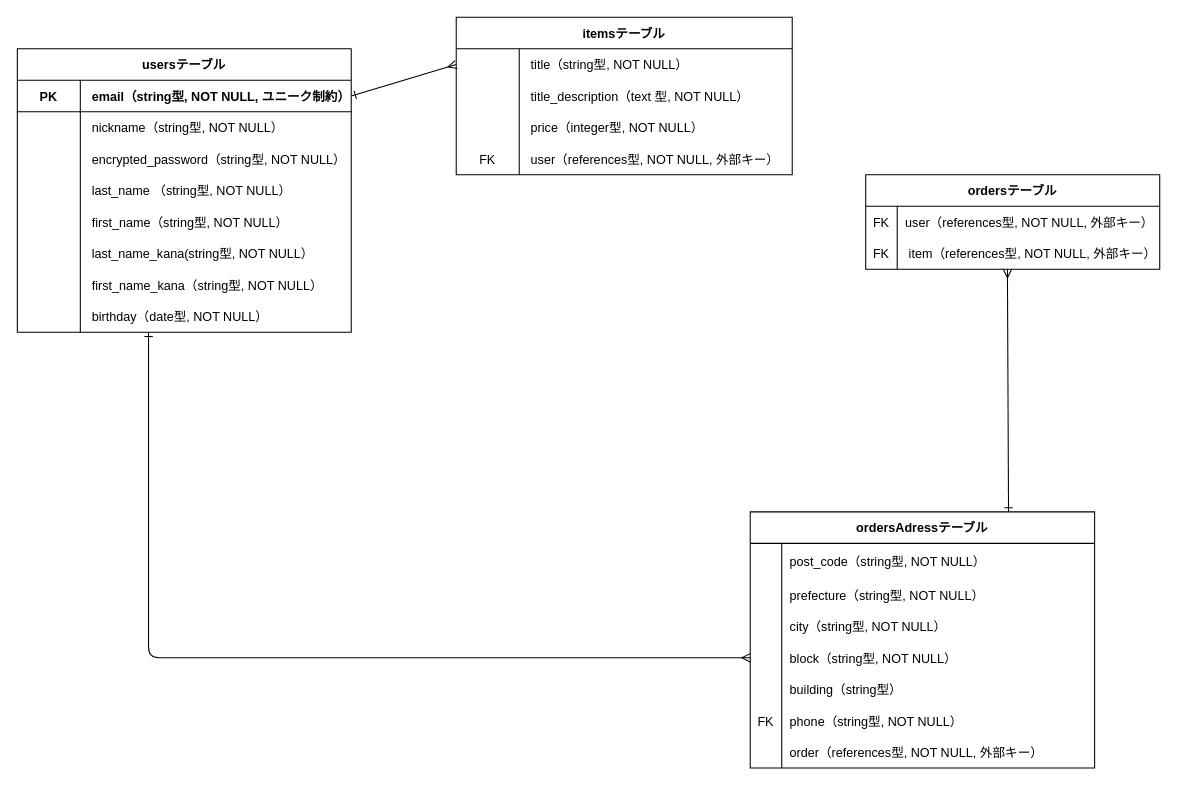
Earlier version of the draw.io diagram ER.dio (kiyo0522/furima-40252). Source tidied: cells renumbered, new cells numbered last; positions are measured from the earlier drawing's top-left corner, leaving out a move shared by most shapes. Both pictures are drawn from the tidied source at 105%, with x=0, y=0 at pixel (1, 17).
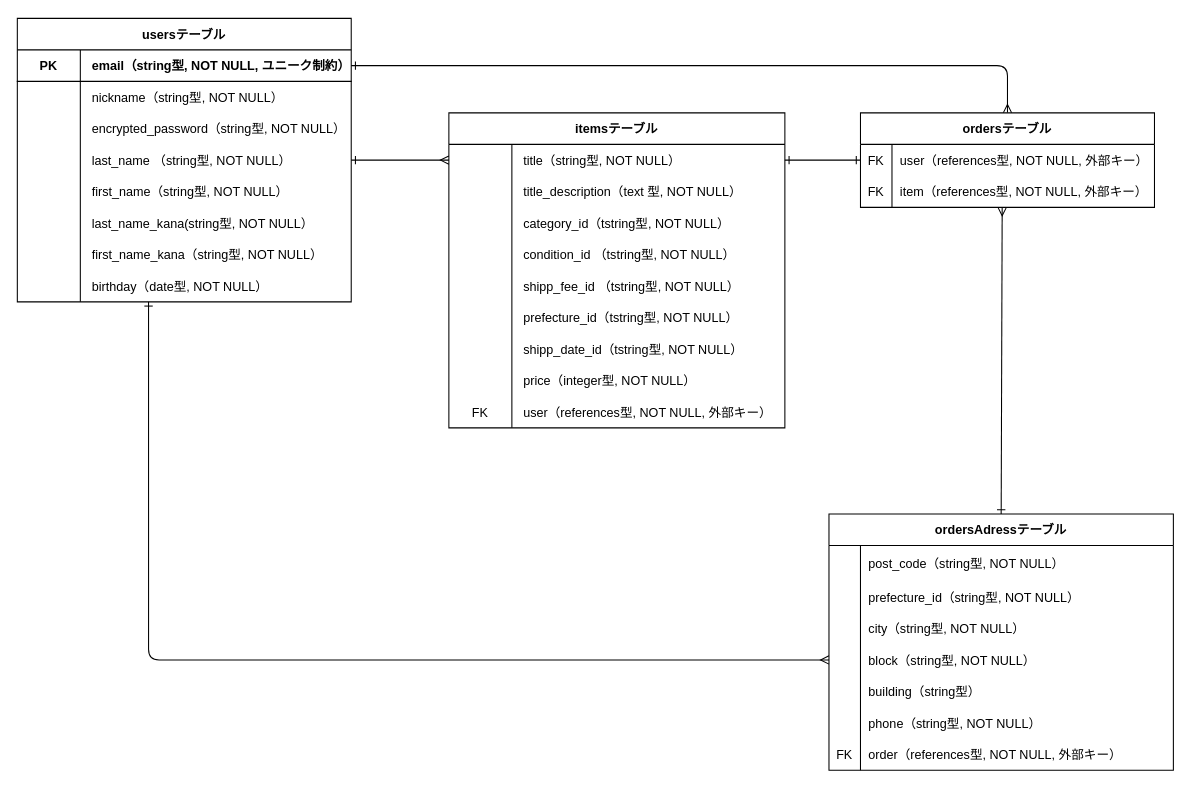
The same diagram, later.

Commit message (it also covers changes not shown here):
データベース設計の修正

Unchanged cells that the change refers to:
```xml
<mxCell id="5" style="shape=tableRow;horizontal=0;startSize=0;swimlaneHead=0;swimlaneBody=0;fillColor=none;points=[[0,0.5],[1,0.5]];portConstraint=eastwest;top=0;left=0;right=0;bottom=1;" parent="4" vertex="1">
  <mxGeometry y="30" width="318" height="30" as="geometry" />
</mxCell>
<mxCell id="14" style="shape=tableRow;horizontal=0;startSize=0;swimlaneHead=0;swimlaneBody=0;fillColor=none;points=[[0,0.5],[1,0.5]];portConstraint=eastwest;top=0;left=0;right=0;bottom=0;" parent="4" vertex="1">
  <mxGeometry y="120" width="318" height="30" as="geometry" />
</mxCell>
<mxCell id="30" style="shape=tableRow;horizontal=0;startSize=0;swimlaneHead=0;swimlaneBody=0;fillColor=none;points=[[0,0.5],[1,0.5]];portConstraint=eastwest;top=0;left=0;right=0;bottom=0;" parent="29" vertex="1">
  <mxGeometry y="30" width="320" height="30" as="geometry" />
</mxCell>
<mxCell id="45" style="shape=tableRow;horizontal=0;startSize=0;swimlaneHead=0;swimlaneBody=0;fillColor=none;points=[[0,0.5],[1,0.5]];portConstraint=eastwest;top=0;left=0;right=0;bottom=0;strokeColor=default;" parent="44" vertex="1">
  <mxGeometry y="30" width="280" height="30" as="geometry" />
</mxCell>
<mxCell id="48" style="shape=tableRow;horizontal=0;startSize=0;swimlaneHead=0;swimlaneBody=0;fillColor=none;points=[[0,0.5],[1,0.5]];portConstraint=eastwest;top=0;left=0;right=0;bottom=0;strokeColor=default;" parent="44" vertex="1">
  <mxGeometry y="60" width="280" height="30" as="geometry" />
</mxCell>
<mxCell id="55" style="shape=tableRow;horizontal=0;startSize=0;swimlaneHead=0;swimlaneBody=0;fillColor=none;top=0;left=0;right=0;bottom=0;strokeColor=default;" parent="51" vertex="1">
  <mxGeometry y="64" width="328" height="30" as="geometry" />
</mxCell>
<mxCell id="67" style="shape=tableRow;horizontal=0;startSize=0;swimlaneHead=0;swimlaneBody=0;fillColor=none;top=0;left=0;right=0;bottom=0;strokeColor=default;" parent="51" vertex="1">
  <mxGeometry y="184" width="328" height="30" as="geometry" />
</mxCell>
<mxCell id="70" style="shape=tableRow;horizontal=0;startSize=0;swimlaneHead=0;swimlaneBody=0;fillColor=none;top=0;left=0;right=0;bottom=0;" parent="51" vertex="1">
  <mxGeometry y="214" width="328" height="30" as="geometry" />
</mxCell>
```

The edit, as a diff of the source:
```diff
@@
+    <mxCell id="75" style="edgeStyle=orthogonalEdgeStyle;html=1;exitX=1;exitY=0.5;exitDx=0;exitDy=0;entryX=0.5;entryY=0;entryDx=0;entryDy=0;startArrow=ERone;startFill=0;endArrow=ERmany;endFill=0;" parent="1" edge="1" source="5" target="44">
+      <mxGeometry relative="1" as="geometry" />
+    </mxCell>
     <mxCell id="4" value="usersテーブル" style="shape=table;startSize=30;childLayout=tableLayout;rowLines=0;fontStyle=1;align=center;strokeColor=default;" parent="1" vertex="1">
-      <mxGeometry x="15" y="30" width="318" height="270" as="geometry" />
+      <mxGeometry x="15" y="1" width="318" height="270" as="geometry" />
     </mxCell>
@@
     <mxCell id="29" value="itemsテーブル" style="shape=table;startSize=30;childLayout=tableLayout;rowLines=0;fontStyle=1;align=center;strokeColor=default;" parent="1" vertex="1">
-      <mxGeometry x="433" width="320" height="150" as="geometry" />
+      <mxGeometry x="426" y="91" width="320" height="300" as="geometry" />
     </mxCell>
@@
+    <mxCell id="76" style="shape=tableRow;horizontal=0;startSize=0;swimlaneHead=0;swimlaneBody=0;fillColor=none;top=0;left=0;right=0;bottom=0;" parent="29" vertex="1">
+      <mxGeometry y="90" width="320" height="30" as="geometry" />
+    </mxCell>
+    <mxCell id="77" style="shape=partialRectangle;fillColor=none;top=0;left=0;bottom=0;right=0;overflow=hidden;" parent="76" vertex="1">
+      <mxGeometry width="60" height="30" as="geometry" />
+    </mxCell>
+    <mxCell id="78" value=" category_id（tstring型, NOT NULL）" style="shape=partialRectangle;fillColor=none;top=0;left=0;bottom=0;right=0;align=left;spacingLeft=6;overflow=hidden;" parent="76" vertex="1">
+      <mxGeometry x="60" width="260" height="30" as="geometry" />
+    </mxCell>
+    <mxCell id="79" style="shape=tableRow;horizontal=0;startSize=0;swimlaneHead=0;swimlaneBody=0;fillColor=none;top=0;left=0;right=0;bottom=0;" parent="29" vertex="1">
+      <mxGeometry y="120" width="320" height="30" as="geometry" />
+    </mxCell>
+    <mxCell id="80" style="shape=partialRectangle;fillColor=none;top=0;left=0;bottom=0;right=0;overflow=hidden;" parent="79" vertex="1">
+      <mxGeometry width="60" height="30" as="geometry" />
+    </mxCell>
+    <mxCell id="81" value=" condition_id （tstring型, NOT NULL）" style="shape=partialRectangle;fillColor=none;top=0;left=0;bottom=0;right=0;align=left;spacingLeft=6;overflow=hidden;" parent="79" vertex="1">
+      <mxGeometry x="60" width="260" height="30" as="geometry" />
+    </mxCell>
+    <mxCell id="82" style="shape=tableRow;horizontal=0;startSize=0;swimlaneHead=0;swimlaneBody=0;fillColor=none;top=0;left=0;right=0;bottom=0;" parent="29" vertex="1">
+      <mxGeometry y="150" width="320" height="30" as="geometry" />
+    </mxCell>
+    <mxCell id="83" style="shape=partialRectangle;fillColor=none;top=0;left=0;bottom=0;right=0;overflow=hidden;" parent="82" vertex="1">
+      <mxGeometry width="60" height="30" as="geometry" />
+    </mxCell>
+    <mxCell id="84" value=" shipp_fee_id （tstring型, NOT NULL）" style="shape=partialRectangle;fillColor=none;top=0;left=0;bottom=0;right=0;align=left;spacingLeft=6;overflow=hidden;" parent="82" vertex="1">
+      <mxGeometry x="60" width="260" height="30" as="geometry" />
+    </mxCell>
+    <mxCell id="85" style="shape=tableRow;horizontal=0;startSize=0;swimlaneHead=0;swimlaneBody=0;fillColor=none;top=0;left=0;right=0;bottom=0;" parent="29" vertex="1">
+      <mxGeometry y="180" width="320" height="30" as="geometry" />
+    </mxCell>
+    <mxCell id="86" style="shape=partialRectangle;fillColor=none;top=0;left=0;bottom=0;right=0;overflow=hidden;" parent="85" vertex="1">
+      <mxGeometry width="60" height="30" as="geometry" />
+    </mxCell>
+    <mxCell id="87" value=" prefecture_id（tstring型, NOT NULL）" style="shape=partialRectangle;fillColor=none;top=0;left=0;bottom=0;right=0;align=left;spacingLeft=6;overflow=hidden;" parent="85" vertex="1">
+      <mxGeometry x="60" width="260" height="30" as="geometry" />
+    </mxCell>
+    <mxCell id="88" style="shape=tableRow;horizontal=0;startSize=0;swimlaneHead=0;swimlaneBody=0;fillColor=none;top=0;left=0;right=0;bottom=0;" parent="29" vertex="1">
+      <mxGeometry y="210" width="320" height="30" as="geometry" />
+    </mxCell>
+    <mxCell id="89" style="shape=partialRectangle;fillColor=none;top=0;left=0;bottom=0;right=0;overflow=hidden;" parent="88" vertex="1">
+      <mxGeometry width="60" height="30" as="geometry" />
+    </mxCell>
+    <mxCell id="90" value=" shipp_date_id（tstring型, NOT NULL）" style="shape=partialRectangle;fillColor=none;top=0;left=0;bottom=0;right=0;align=left;spacingLeft=6;overflow=hidden;" parent="88" vertex="1">
+      <mxGeometry x="60" width="260" height="30" as="geometry" />
+    </mxCell>
     <mxCell id="36" style="shape=tableRow;horizontal=0;startSize=0;swimlaneHead=0;swimlaneBody=0;fillColor=none;top=0;left=0;right=0;bottom=0;" parent="29" vertex="1">
-      <mxGeometry y="90" width="320" height="30" as="geometry" />
+      <mxGeometry y="240" width="320" height="30" as="geometry" />
     </mxCell>
@@
     <mxCell id="39" style="shape=tableRow;horizontal=0;startSize=0;swimlaneHead=0;swimlaneBody=0;fillColor=none;top=0;left=0;right=0;bottom=0;strokeColor=default;" parent="29" vertex="1">
-      <mxGeometry y="120" width="320" height="30" as="geometry" />
+      <mxGeometry y="270" width="320" height="30" as="geometry" />
     </mxCell>
@@
-    <mxCell id="42" style="edgeStyle=none;html=1;exitX=1;exitY=0.5;exitDx=0;exitDy=0;entryX=0;entryY=0.5;entryDx=0;entryDy=0;endArrow=ERmany;endFill=0;startArrow=ERone;startFill=0;targetPerimeterSpacing=0;sourcePerimeterSpacing=0;" parent="1" edge="1" source="5" target="30">
+    <mxCell id="42" style="edgeStyle=none;html=1;exitX=1;exitY=0.5;exitDx=0;exitDy=0;entryX=0;entryY=0.5;entryDx=0;entryDy=0;endArrow=ERmany;endFill=0;startArrow=ERone;startFill=0;targetPerimeterSpacing=0;sourcePerimeterSpacing=0;" parent="1" edge="1" source="14" target="30">
       <mxGeometry relative="1" as="geometry" />
     </mxCell>
-    <mxCell id="43" style="edgeStyle=none;rounded=1;jumpStyle=none;html=1;strokeWidth=1;startArrow=ERmany;startFill=0;endArrow=ERone;endFill=0;sourcePerimeterSpacing=0;targetPerimeterSpacing=10;exitX=0.482;exitY=1;exitDx=0;exitDy=0;exitPerimeter=0;entryX=0.75;entryY=0;entryDx=0;entryDy=0;" parent="1" edge="1" source="48" target="51">
+    <mxCell id="43" style="edgeStyle=none;rounded=1;jumpStyle=none;html=1;strokeWidth=1;startArrow=ERmany;startFill=0;endArrow=ERone;endFill=0;sourcePerimeterSpacing=0;targetPerimeterSpacing=10;exitX=0.482;exitY=1;exitDx=0;exitDy=0;exitPerimeter=0;entryX=0.5;entryY=0;entryDx=0;entryDy=0;" parent="1" edge="1" source="48" target="51">
       <mxGeometry relative="1" as="geometry" />
     </mxCell>
     <mxCell id="44" value="ordersテーブル" style="shape=table;startSize=30;childLayout=tableLayout;rowLines=0;fontStyle=1;align=center;strokeColor=default;" parent="1" vertex="1">
-      <mxGeometry x="823" y="150" width="280" height="90" as="geometry" />
+      <mxGeometry x="818" y="91" width="280" height="90" as="geometry" />
     </mxCell>
@@
-    <mxCell id="50" value=" item（references型, NOT NULL, 外部キー）" style="shape=partialRectangle;fillColor=none;top=0;left=0;bottom=0;right=0;align=left;spacingLeft=6;overflow=hidden;strokeColor=default;" parent="48" vertex="1">
+    <mxCell id="50" value="item（references型, NOT NULL, 外部キー）" style="shape=partialRectangle;fillColor=none;top=0;left=0;bottom=0;right=0;align=left;spacingLeft=6;overflow=hidden;strokeColor=default;" parent="48" vertex="1">
       <mxGeometry x="30" width="250" height="30" as="geometry" />
     </mxCell>
     <mxCell id="51" value="ordersAdressテーブル" style="shape=table;startSize=30;childLayout=tableLayout;rowLines=0;fontStyle=1;align=center;strokeColor=default;" parent="1" vertex="1">
-      <mxGeometry x="713" y="471" width="328" height="244" as="geometry" />
+      <mxGeometry x="788" y="473" width="328" height="244" as="geometry" />
     </mxCell>
@@
-    <mxCell id="57" value="prefecture（string型, NOT NULL）" style="shape=partialRectangle;fillColor=none;top=0;left=0;bottom=0;right=0;align=left;spacingLeft=6;overflow=hidden;strokeColor=default;" parent="55" vertex="1">
+    <mxCell id="57" value="prefecture_id（string型, NOT NULL）" style="shape=partialRectangle;fillColor=none;top=0;left=0;bottom=0;right=0;align=left;spacingLeft=6;overflow=hidden;strokeColor=default;" parent="55" vertex="1">
       <mxGeometry x="30" width="298" height="30" as="geometry" />
     </mxCell>
@@
-    <mxCell id="68" value="FK" style="shape=partialRectangle;fillColor=none;top=0;left=0;bottom=0;right=0;overflow=hidden;strokeColor=default;" parent="67" vertex="1">
+    <mxCell id="68" style="shape=partialRectangle;fillColor=none;top=0;left=0;bottom=0;right=0;overflow=hidden;strokeColor=default;" parent="67" vertex="1">
       <mxGeometry width="30" height="30" as="geometry" />
     </mxCell>
@@
-    <mxCell id="71" style="shape=partialRectangle;fillColor=none;top=0;left=0;bottom=0;right=0;overflow=hidden;" parent="70" vertex="1">
+    <mxCell id="71" value="FK" style="shape=partialRectangle;fillColor=none;top=0;left=0;bottom=0;right=0;overflow=hidden;" parent="70" vertex="1">
       <mxGeometry width="30" height="30" as="geometry" />
     </mxCell>
@@
+    <mxCell id="91" style="edgeStyle=none;html=1;exitX=1;exitY=0.5;exitDx=0;exitDy=0;entryX=0;entryY=0.5;entryDx=0;entryDy=0;startArrow=ERone;startFill=0;endArrow=ERone;endFill=0;" parent="1" edge="1" source="30" target="45">
+      <mxGeometry relative="1" as="geometry" />
+    </mxCell>
```
